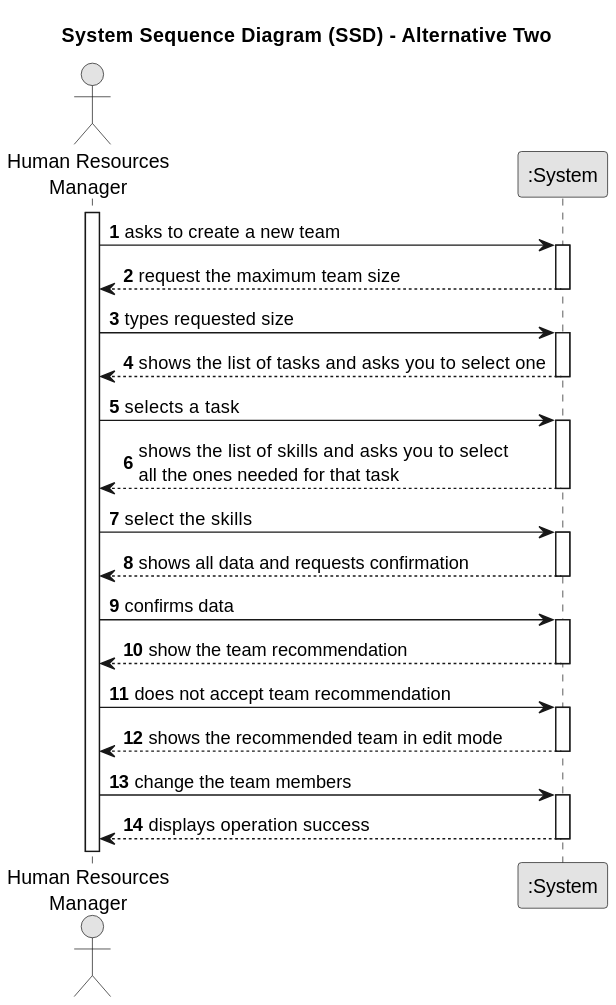
This is docs/sprintA/us005/01.requirements-engineering/svg/us005-system-sequence-diagram-alternative-three.svg from diogoveirospro/lei-24-s2-1dg-g072, a PlantUML export, as it was before one commit.
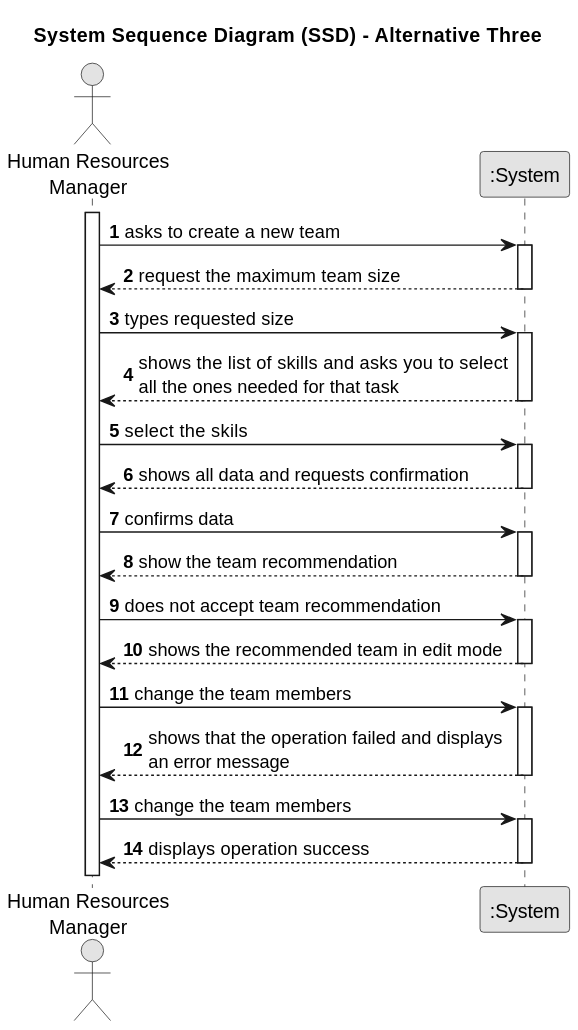
After the commit.

What changed in the source:
```diff
@@ -3,7 +3,7 @@
 skinparam packageStyle rectangle
 skinparam shadowing false
 
-title System Sequence Diagram (SSD) - Alternative Two
+title System Sequence Diagram (SSD) - Alternative Three
 
 autonumber
 
@@ -16,22 +16,16 @@
     activate System
 
         System --> GRH : request the maximum team size
-    deactivate System
+        deactivate System
 
-    GRH -> System : types requested size
-    activate System
+        GRH -> System : types requested size
+        activate System
 
-        System --> GRH : shows the list of tasks and asks you to select one
-    deactivate System
+            System --> GRH : shows the list of skills and asks you to select\nall the ones needed for that task
+        deactivate System
 
-    GRH -> System : selects a task
-    activate System
-
-        System --> GRH : shows the list of skills and asks you to select\nall the ones needed for that task
-    deactivate System
-
-    GRH -> System : select the skills
-    activate System
+        GRH -> System : select the skils
+        activate System
 
         System --> GRH : shows all data and requests confirmation
     deactivate System
@@ -51,6 +45,12 @@
     GRH -> System : change the team members
     activate System
 
+        System --> GRH : shows that the operation failed and displays\nan error message
+    deactivate System
+
+    GRH -> System : change the team members
+    activate System
+
         System --> GRH : displays operation success
-    deactivate System
+    deactivate
 @enduml
```
